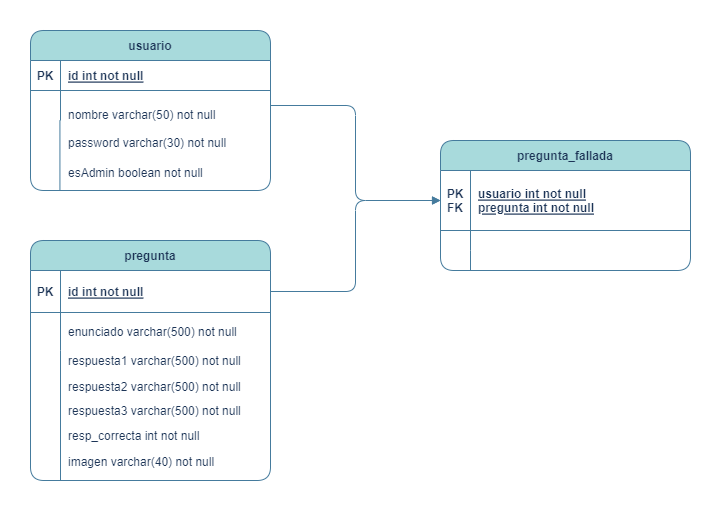
Before: BD/autoescuela.png, a diagram exported from draw.io (marzane/autoescuela). Source tidied: cells renumbered, new cells last; positions are measured from the earlier drawing's top-left corner, leaving out a move shared by most shapes.
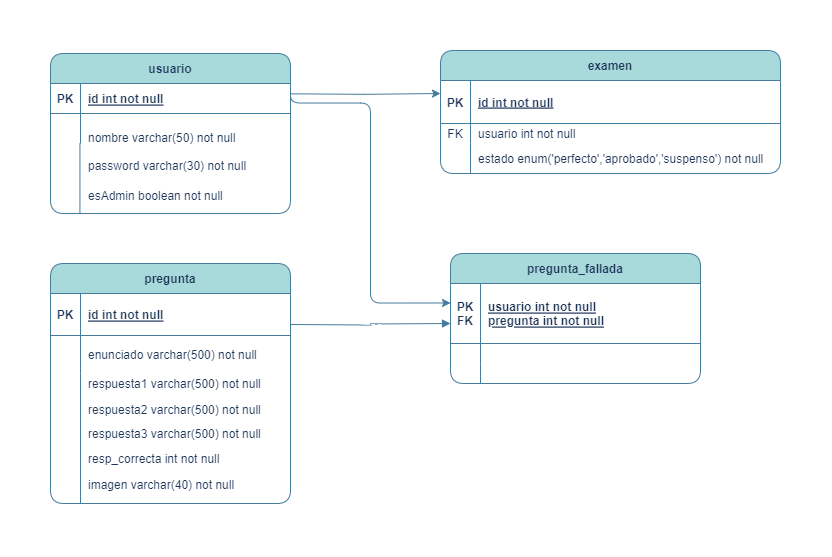
Later version of the same file.

The edit, as a diff of the source:
```diff
@@ -79,11 +79,14 @@
     <mxCell id="25" value="imagen varchar(40) not null" style="shape=partialRectangle;overflow=hidden;fillColor=none;top=0;left=0;bottom=0;right=0;align=left;spacingLeft=6;labelBackgroundColor=none;strokeColor=#457B9D;fontColor=#1D3557;rounded=1;" parent="1" vertex="1">
       <mxGeometry x="30" y="416" width="220" height="30" as="geometry" />
     </mxCell>
-    <mxCell id="26" style="edgeStyle=orthogonalEdgeStyle;rounded=1;jettySize=auto;html=1;exitX=1;exitY=0.5;exitDx=0;exitDy=0;entryX=0;entryY=0.5;entryDx=0;entryDy=0;strokeColor=#457B9D;fontColor=default;endArrow=block;endFill=1;labelBackgroundColor=none;" parent="1" edge="1" source="13" target="28">
-      <mxGeometry relative="1" as="geometry" />
+    <mxCell id="26" style="edgeStyle=orthogonalEdgeStyle;rounded=1;orthogonalLoop=1;jettySize=auto;html=1;exitX=1;exitY=0.5;exitDx=0;exitDy=0;entryX=0;entryY=0.5;entryDx=0;entryDy=0;strokeColor=#457B9D;fontColor=default;endArrow=block;endFill=1;labelBackgroundColor=none;" parent="1" edge="1">
+      <mxGeometry relative="1" as="geometry">
+        <mxPoint x="240" y="271" as="sourcePoint" />
+        <mxPoint x="400" y="270" as="targetPoint" />
+      </mxGeometry>
     </mxCell>
     <mxCell id="27" value="pregunta_fallada" style="shape=table;startSize=30;rowLines=0;fontStyle=1;align=center;labelBackgroundColor=none;fillColor=#A8DADC;strokeColor=#457B9D;fontColor=#1D3557;rounded=1;" parent="1" vertex="1">
-      <mxGeometry x="410" y="110" width="250" height="130" as="geometry" />
+      <mxGeometry x="400" y="200" width="250" height="130" as="geometry" />
     </mxCell>
     <mxCell id="28" style="shape=partialRectangle;fillColor=none;points=[[0,0.5],[1,0.5]];portConstraint=eastwest;top=0;left=0;right=0;bottom=1;labelBackgroundColor=none;strokeColor=#457B9D;fontColor=#1D3557;rounded=1;" parent="27" vertex="1">
       <mxGeometry y="30" width="250" height="60" as="geometry" />
@@ -115,8 +118,52 @@
     <mxCell id="37" value="esAdmin boolean not null" style="shape=partialRectangle;overflow=hidden;fillColor=none;top=0;left=0;bottom=0;right=0;align=left;spacingLeft=6;labelBackgroundColor=none;strokeColor=#457B9D;fontColor=#1D3557;rounded=1;" parent="1" vertex="1">
       <mxGeometry x="30" y="127" width="220" height="30" as="geometry" />
     </mxCell>
-    <mxCell id="38" style="edgeStyle=orthogonalEdgeStyle;rounded=1;jettySize=auto;html=1;entryX=0;entryY=0.5;entryDx=0;entryDy=0;labelBackgroundColor=none;strokeColor=#457B9D;fontColor=default;" parent="1" edge="1" source="6" target="28">
-      <mxGeometry relative="1" as="geometry" />
-    </mxCell>
+    <mxCell id="39" value="examen" style="shape=table;startSize=30;rowLines=0;fontStyle=1;align=center;labelBackgroundColor=none;fillColor=#A8DADC;strokeColor=#457B9D;fontColor=#1D3557;rounded=1;" parent="1" vertex="1">
+      <mxGeometry x="390" y="-3" width="340" height="123" as="geometry" />
+    </mxCell>
+    <mxCell id="40" style="shape=partialRectangle;fillColor=none;top=0;left=0;right=0;bottom=1;labelBackgroundColor=none;strokeColor=#457B9D;fontColor=#1D3557;rounded=1;" parent="39" vertex="1">
+      <mxGeometry y="30" width="340" height="43" as="geometry" />
+    </mxCell>
+    <mxCell id="41" value="PK" style="shape=partialRectangle;overflow=hidden;fillColor=none;top=0;left=0;bottom=0;right=0;fontStyle=1;labelBackgroundColor=none;strokeColor=#457B9D;fontColor=#1D3557;rounded=1;" parent="40" vertex="1">
+      <mxGeometry width="30" height="43" as="geometry" />
+    </mxCell>
+    <mxCell id="42" value="id int not null" style="shape=partialRectangle;overflow=hidden;fillColor=none;top=0;left=0;bottom=0;right=0;align=left;spacingLeft=6;fontStyle=5;labelBackgroundColor=none;strokeColor=#457B9D;fontColor=#1D3557;rounded=1;" parent="40" vertex="1">
+      <mxGeometry x="30" width="310" height="43" as="geometry" />
+    </mxCell>
+    <mxCell id="43" style="shape=partialRectangle;fillColor=none;top=0;left=0;right=0;bottom=0;labelBackgroundColor=none;strokeColor=#457B9D;fontColor=#1D3557;rounded=1;" parent="39" vertex="1">
+      <mxGeometry y="73" width="340" height="20" as="geometry" />
+    </mxCell>
+    <mxCell id="44" value="FK" style="shape=partialRectangle;overflow=hidden;fillColor=none;top=0;left=0;bottom=0;right=0;labelBackgroundColor=none;strokeColor=#457B9D;fontColor=#1D3557;rounded=1;" parent="43" vertex="1">
+      <mxGeometry width="30" height="20" as="geometry" />
+    </mxCell>
+    <mxCell id="45" value="usuario int not null" style="shape=partialRectangle;overflow=hidden;fillColor=none;top=0;left=0;bottom=0;right=0;align=left;spacingLeft=6;labelBackgroundColor=none;strokeColor=#457B9D;fontColor=#1D3557;rounded=1;" parent="43" vertex="1">
+      <mxGeometry x="30" width="310" height="20" as="geometry" />
+    </mxCell>
+    <mxCell id="46" style="shape=partialRectangle;fillColor=none;top=0;left=0;right=0;bottom=0;labelBackgroundColor=none;strokeColor=#457B9D;fontColor=#1D3557;rounded=1;" parent="39" vertex="1">
+      <mxGeometry y="93" width="340" height="30" as="geometry" />
+    </mxCell>
+    <mxCell id="47" style="shape=partialRectangle;overflow=hidden;fillColor=none;top=0;left=0;bottom=0;right=0;labelBackgroundColor=none;strokeColor=#457B9D;fontColor=#1D3557;rounded=1;" parent="46" vertex="1">
+      <mxGeometry width="30" height="30" as="geometry" />
+    </mxCell>
+    <mxCell id="48" value="estado enum('perfecto','aprobado','suspenso') not null" style="shape=partialRectangle;overflow=hidden;fillColor=none;top=0;left=0;bottom=0;right=0;align=left;spacingLeft=6;labelBackgroundColor=none;strokeColor=#457B9D;fontColor=#1D3557;rounded=1;" parent="46" vertex="1">
+      <mxGeometry x="30" width="310" height="30" as="geometry" />
+    </mxCell>
+    <mxCell id="49" style="edgeStyle=orthogonalEdgeStyle;rounded=1;orthogonalLoop=1;jettySize=auto;html=1;exitX=1;exitY=0.5;exitDx=0;exitDy=0;entryX=0;entryY=0.5;entryDx=0;entryDy=0;labelBackgroundColor=none;strokeColor=#457B9D;fontColor=default;" parent="1" edge="1">
+      <mxGeometry relative="1" as="geometry">
+        <mxPoint x="240" y="34.5" as="sourcePoint" />
+        <mxPoint x="400" y="249.5" as="targetPoint" />
+        <Array as="points">
+          <mxPoint x="240" y="49.5" />
+          <mxPoint x="320" y="49.5" />
+          <mxPoint x="320" y="249.5" />
+        </Array>
+      </mxGeometry>
+    </mxCell>
+    <mxCell id="50" style="edgeStyle=orthogonalEdgeStyle;rounded=1;orthogonalLoop=1;jettySize=auto;html=1;exitX=1;exitY=0.5;exitDx=0;exitDy=0;entryX=0;entryY=0.411;entryDx=0;entryDy=0;entryPerimeter=0;labelBackgroundColor=none;strokeColor=#457B9D;fontColor=default;" parent="1" edge="1">
+      <mxGeometry relative="1" as="geometry">
+        <mxPoint x="240" y="40.3" as="sourcePoint" />
+        <mxPoint x="390" y="40" as="targetPoint" />
+      </mxGeometry>
+    </mxCell>
   </root>
 </mxGraphModel>
```
